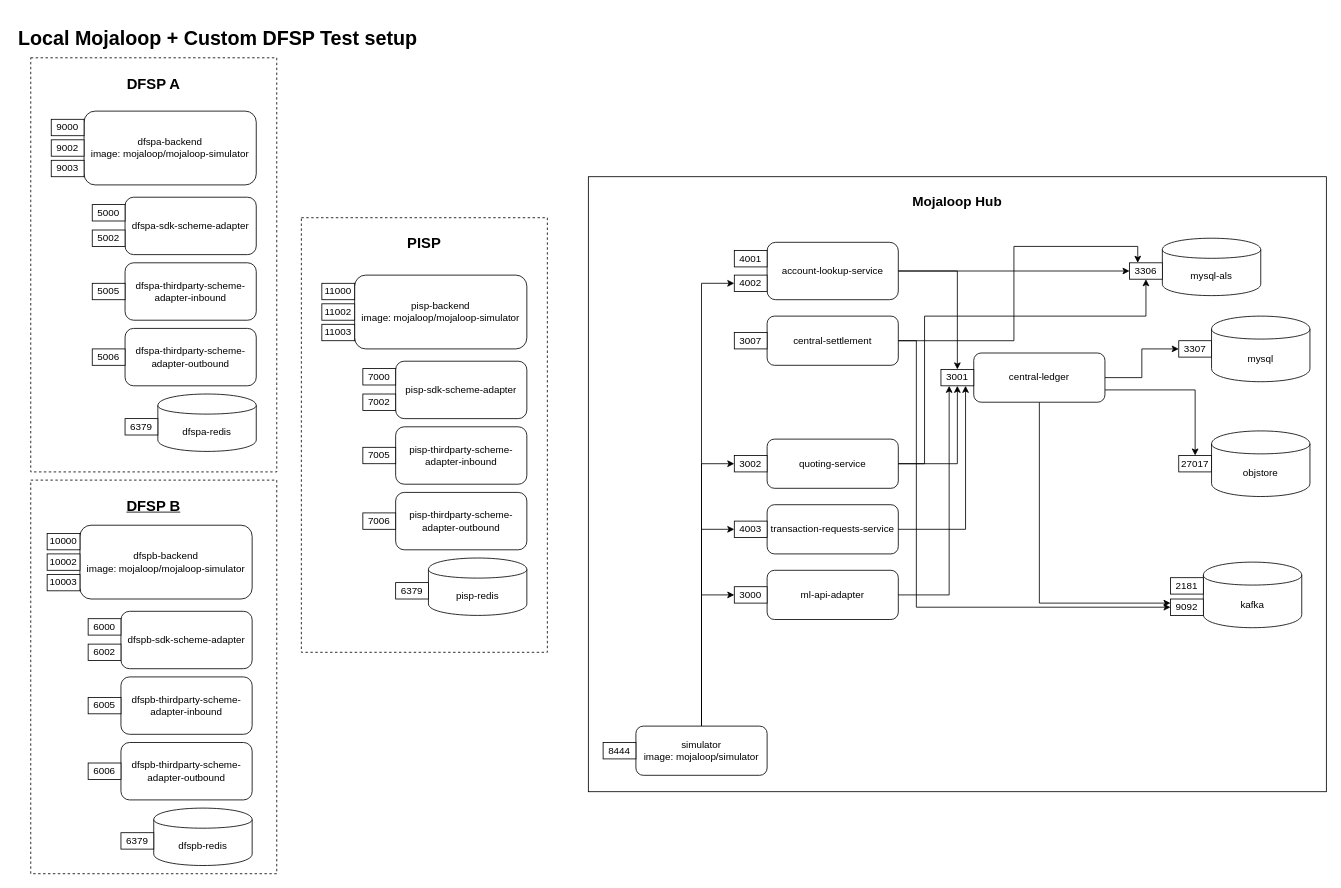
Above: docker-local/components_layout.drawio in mojaloop/pisp-project (draw.io), before the change. Source tidied: cells renumbered, new cells numbered last; positions are measured from the earlier drawing's top-left corner, leaving out a move shared by most shapes. Both pictures are drawn from the tidied source at 82%, with x=0, y=0 at pixel (14, 22).
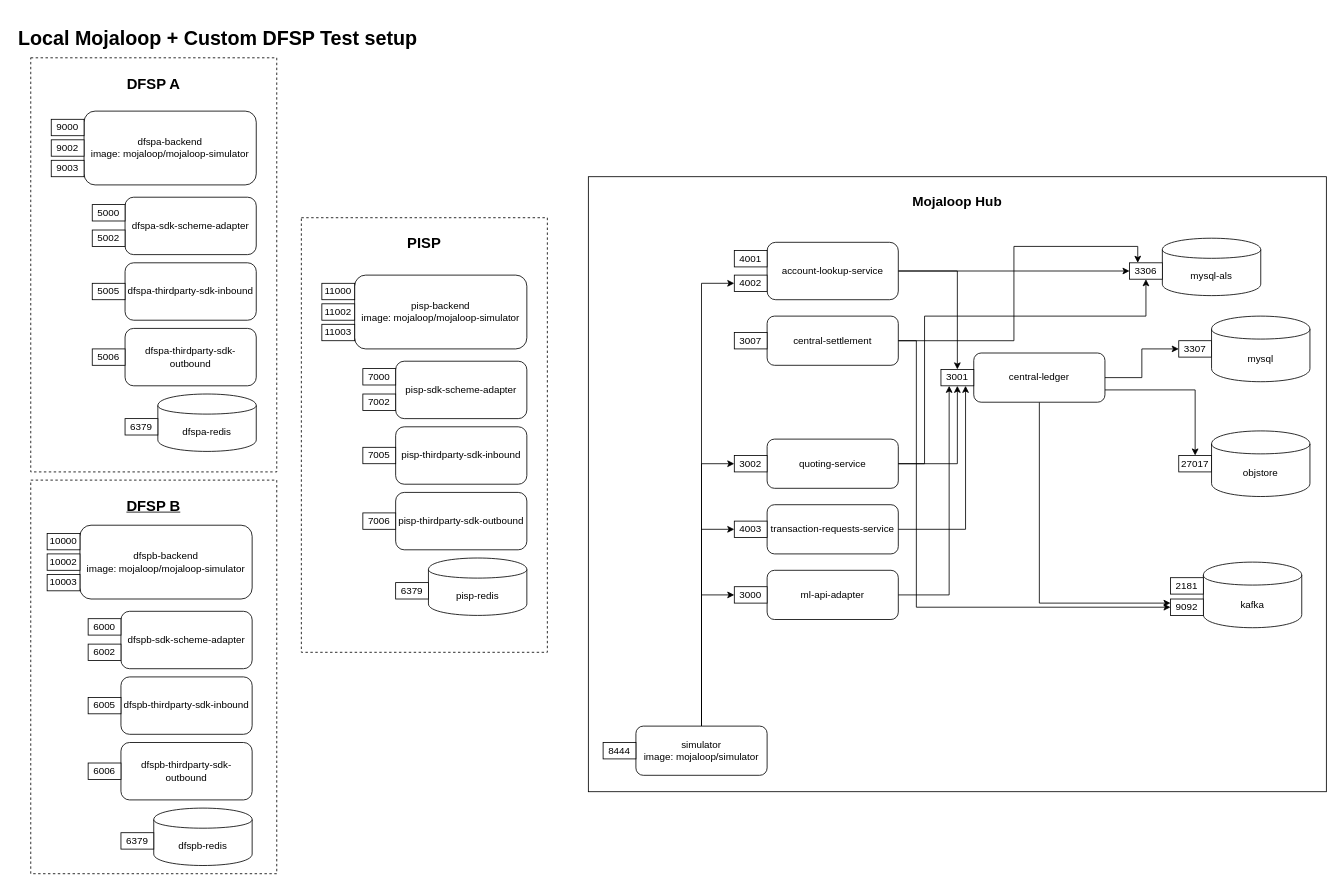
After the change.

The change refers to these unchanged cells:
```xml
<mxCell id="48" style="group;" parent="35" vertex="1">
  <mxGeometry x="75" y="200" width="200" height="70" as="geometry" />
</mxCell>
<mxCell id="51" style="group;" parent="35" vertex="1">
  <mxGeometry x="75" y="280" width="200" height="70" as="geometry" />
</mxCell>
<mxCell id="84" style="group;" parent="71" vertex="1">
  <mxGeometry x="75" y="255" width="200" height="70" as="geometry" />
</mxCell>
<mxCell id="87" style="group;" parent="71" vertex="1">
  <mxGeometry x="75" y="335" width="200" height="70" as="geometry" />
</mxCell>
<mxCell id="105" style="group;" parent="1" vertex="1">
  <mxGeometry x="90" y="798" width="200" height="70" as="geometry" />
</mxCell>
<mxCell id="108" style="group;" parent="1" vertex="1">
  <mxGeometry x="90" y="878" width="200" height="70" as="geometry" />
</mxCell>
```

Diff of the diagram source:
```diff
@@
-    <mxCell id="49" value="dfspa-thirdparty-scheme-adapter-inbound" style="rounded=1;whiteSpace=wrap;html=1;align=center;fontStyle=0;" parent="48" vertex="1">
+    <mxCell id="49" value="dfspa-thirdparty-sdk-inbound" style="rounded=1;whiteSpace=wrap;html=1;align=center;fontStyle=0;" parent="48" vertex="1">
       <mxGeometry x="40" width="160" height="70" as="geometry" />
     </mxCell>
@@
-    <mxCell id="52" value="dfspa-thirdparty-scheme-adapter-outbound" style="rounded=1;whiteSpace=wrap;html=1;align=center;fontStyle=0;" parent="51" vertex="1">
+    <mxCell id="52" value="dfspa-thirdparty-sdk-outbound" style="rounded=1;whiteSpace=wrap;html=1;align=center;fontStyle=0;" parent="51" vertex="1">
       <mxGeometry x="40" width="160" height="70" as="geometry" />
     </mxCell>
@@
-    <mxCell id="85" value="pisp-thirdparty-scheme-adapter-inbound" style="rounded=1;whiteSpace=wrap;html=1;align=center;fontStyle=0;" parent="84" vertex="1">
+    <mxCell id="85" value="pisp-thirdparty-sdk-inbound" style="rounded=1;whiteSpace=wrap;html=1;align=center;fontStyle=0;" parent="84" vertex="1">
       <mxGeometry x="40" width="160" height="70" as="geometry" />
     </mxCell>
@@
-    <mxCell id="88" value="pisp-thirdparty-scheme-adapter-outbound" style="rounded=1;whiteSpace=wrap;html=1;align=center;fontStyle=0;" parent="87" vertex="1">
+    <mxCell id="88" value="pisp-thirdparty-sdk-outbound" style="rounded=1;whiteSpace=wrap;html=1;align=center;fontStyle=0;" parent="87" vertex="1">
       <mxGeometry x="40" width="160" height="70" as="geometry" />
     </mxCell>
@@
-    <mxCell id="106" value="dfspb-thirdparty-scheme-adapter-inbound" style="rounded=1;whiteSpace=wrap;html=1;align=center;fontStyle=0;" parent="105" vertex="1">
+    <mxCell id="106" value="dfspb-thirdparty-sdk-inbound" style="rounded=1;whiteSpace=wrap;html=1;align=center;fontStyle=0;" parent="105" vertex="1">
       <mxGeometry x="40" width="160" height="70" as="geometry" />
     </mxCell>
@@
-    <mxCell id="109" value="dfspb-thirdparty-scheme-adapter-outbound" style="rounded=1;whiteSpace=wrap;html=1;align=center;fontStyle=0;" parent="108" vertex="1">
+    <mxCell id="109" value="dfspb-thirdparty-sdk-outbound" style="rounded=1;whiteSpace=wrap;html=1;align=center;fontStyle=0;" parent="108" vertex="1">
       <mxGeometry x="40" width="160" height="70" as="geometry" />
     </mxCell>
```
